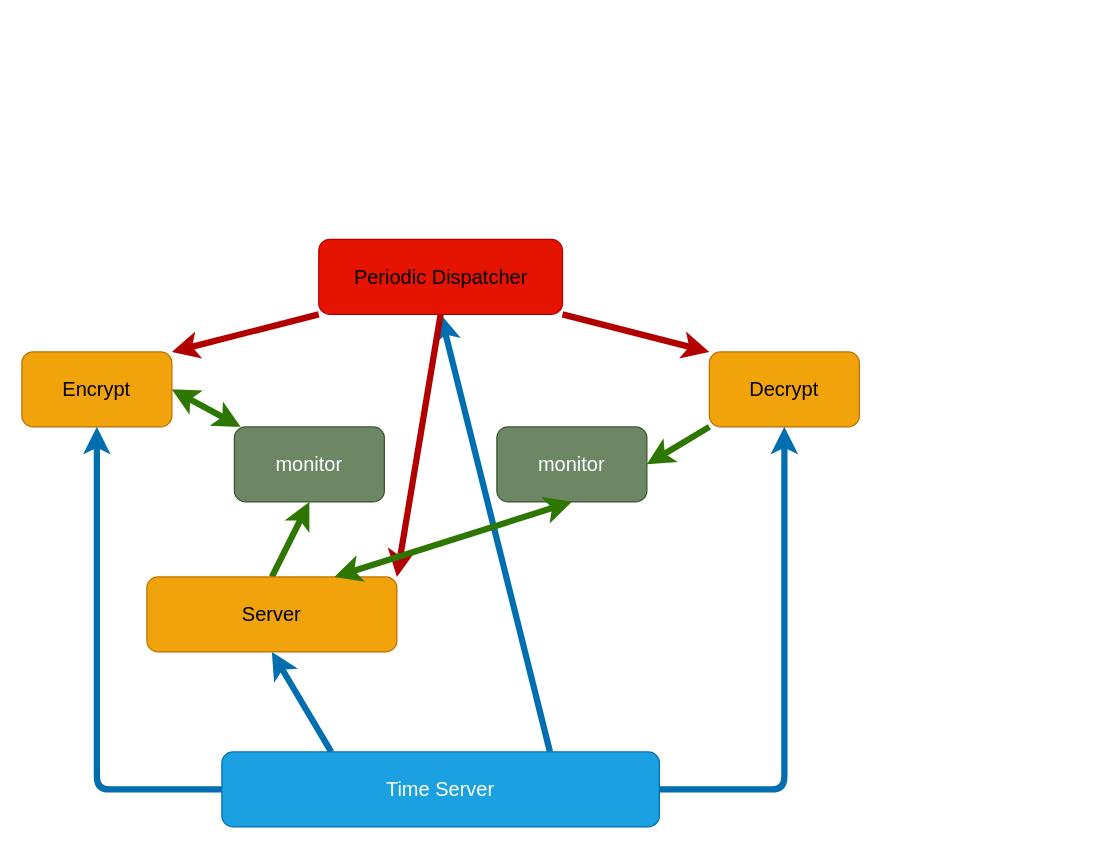
colorglass/seL4_rpi4 keeps this draw.io diagram as pics/comm-smaccm.drawio. Above is the earlier version. Source tidied: cells renumbered, new cells numbered last; positions are measured from the earlier drawing's top-left corner, leaving out a move shared by most shapes. Both pictures are drawn from the tidied source at 125%, with x=0, y=0 at pixel (21, 239).
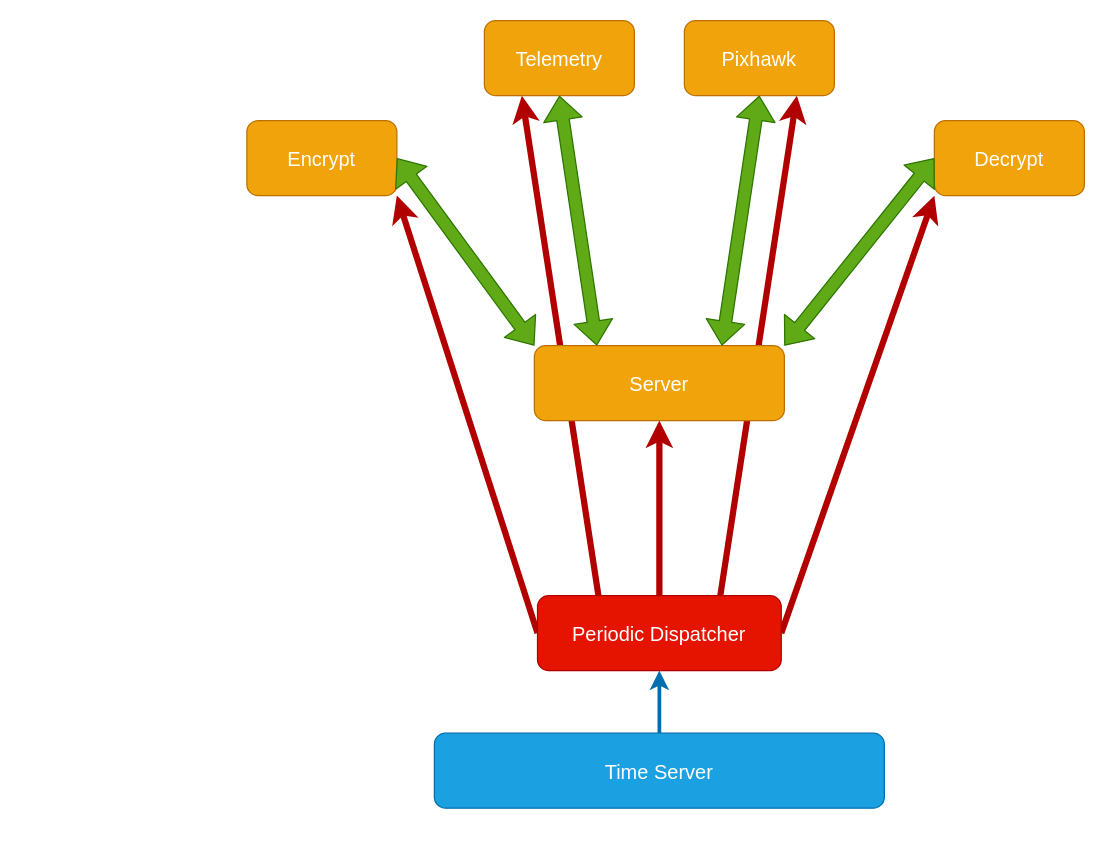
Above is the later version.

Commit message (it also covers changes not shown here):
Refine comm-crypto-relay format; update pics. TODO: Fix bad signal before takeoff.

What changed in the source:
```diff
@@
-    <mxCell id="2" style="edgeStyle=none;html=1;exitX=0;exitY=0.5;exitDx=0;exitDy=0;fontSize=16;fillColor=#1ba1e2;strokeColor=#006EAF;strokeWidth=5;" parent="1" edge="1" source="6" target="13">
-      <mxGeometry relative="1" as="geometry">
-        <Array as="points">
-          <mxPoint x="60" y="440" />
-        </Array>
-      </mxGeometry>
-    </mxCell>
-    <mxCell id="3" style="edgeStyle=none;html=1;exitX=1;exitY=0.5;exitDx=0;exitDy=0;entryX=0.5;entryY=1;entryDx=0;entryDy=0;strokeWidth=5;fontSize=16;fillColor=#1ba1e2;strokeColor=#006EAF;" parent="1" edge="1" source="6" target="15">
-      <mxGeometry relative="1" as="geometry">
-        <Array as="points">
-          <mxPoint x="610" y="440" />
-        </Array>
-      </mxGeometry>
-    </mxCell>
-    <mxCell id="4" style="edgeStyle=none;html=1;exitX=0.25;exitY=0;exitDx=0;exitDy=0;strokeWidth=5;fontSize=16;fillColor=#1ba1e2;strokeColor=#006EAF;entryX=0.5;entryY=1;entryDx=0;entryDy=0;" parent="1" edge="1" source="6" target="12">
-      <mxGeometry relative="1" as="geometry" />
-    </mxCell>
-    <mxCell id="5" style="edgeStyle=none;html=1;exitX=0.75;exitY=0;exitDx=0;exitDy=0;entryX=0.5;entryY=1;entryDx=0;entryDy=0;strokeWidth=5;fontSize=16;fillColor=#1ba1e2;strokeColor=#006EAF;" parent="1" edge="1" source="6" target="10">
+    <mxCell id="5" style="edgeStyle=none;html=0;exitX=0.5;exitY=0;exitDx=0;exitDy=0;entryX=0.5;entryY=1;entryDx=0;entryDy=0;fontColor=#FFFFFF;strokeWidth=3;fillColor=#1ba1e2;strokeColor=#006EAF;" parent="1" edge="1" source="6" target="10">
       <mxGeometry relative="1" as="geometry" />
     </mxCell>
-    <mxCell id="6" value="Time Server" style="rounded=1;whiteSpace=wrap;html=1;fontSize=16;fillColor=#1ba1e2;fontColor=#ffffff;strokeColor=#006EAF;" parent="1" vertex="1">
-      <mxGeometry x="160" y="410" width="350" height="60" as="geometry" />
+    <mxCell id="6" value="Time Server" style="rounded=1;fontSize=16;fillColor=#1ba1e2;fontColor=#ffffff;strokeColor=#006EAF;" parent="1" vertex="1">
+      <mxGeometry x="330" y="395" width="360" height="60" as="geometry" />
     </mxCell>
-    <mxCell id="7" style="edgeStyle=none;html=1;exitX=0.5;exitY=1;exitDx=0;exitDy=0;entryX=1;entryY=0;entryDx=0;entryDy=0;strokeWidth=5;fontSize=16;fillColor=#e51400;strokeColor=#B20000;" parent="1" edge="1" source="10" target="12">
-      <mxGeometry relative="1" as="geometry" />
-    </mxCell>
-    <mxCell id="8" style="edgeStyle=none;html=1;exitX=0;exitY=1;exitDx=0;exitDy=0;entryX=1;entryY=0;entryDx=0;entryDy=0;strokeWidth=5;fontSize=16;fontColor=#000000;fillColor=#e51400;strokeColor=#B20000;" parent="1" edge="1" source="10" target="13">
+    <mxCell id="8" style="edgeStyle=none;exitX=0;exitY=0.5;exitDx=0;exitDy=0;entryX=1;entryY=1;entryDx=0;entryDy=0;strokeWidth=5;fontSize=16;fontColor=#000000;fillColor=#e51400;strokeColor=#B20000;" parent="1" edge="1" source="10" target="13">
       <mxGeometry relative="1" as="geometry" />
     </mxCell>
-    <mxCell id="9" style="edgeStyle=none;html=1;exitX=1;exitY=1;exitDx=0;exitDy=0;entryX=0;entryY=0;entryDx=0;entryDy=0;strokeWidth=5;fontSize=16;fontColor=#000000;fillColor=#e51400;strokeColor=#B20000;" parent="1" edge="1" source="10" target="15">
+    <mxCell id="9" style="edgeStyle=none;exitX=1;exitY=0.5;exitDx=0;exitDy=0;entryX=0;entryY=1;entryDx=0;entryDy=0;strokeWidth=5;fontSize=16;fontColor=#000000;fillColor=#e51400;strokeColor=#B20000;" parent="1" edge="1" source="10" target="15">
       <mxGeometry relative="1" as="geometry" />
     </mxCell>
+    <mxCell id="7" style="edgeStyle=none;html=0;exitX=0.5;exitY=0;exitDx=0;exitDy=0;entryX=0.5;entryY=1;entryDx=0;entryDy=0;strokeWidth=5;fontColor=#FFFFFF;fillColor=#e51400;strokeColor=#B20000;" parent="1" edge="1" source="10" target="12">
+      <mxGeometry relative="1" as="geometry" />
+    </mxCell>
+    <mxCell id="20" style="edgeStyle=none;html=0;exitX=0.25;exitY=0;exitDx=0;exitDy=0;entryX=0.25;entryY=1;entryDx=0;entryDy=0;strokeWidth=5;fontColor=#FFFFFF;fillColor=#e51400;strokeColor=#B20000;" parent="1" edge="1" source="10" target="24">
+      <mxGeometry relative="1" as="geometry" />
+    </mxCell>
+    <mxCell id="21" style="edgeStyle=none;html=0;exitX=0.75;exitY=0;exitDx=0;exitDy=0;entryX=0.75;entryY=1;entryDx=0;entryDy=0;strokeWidth=5;fontColor=#FFFFFF;fillColor=#e51400;strokeColor=#B20000;" parent="1" edge="1" source="10" target="25">
+      <mxGeometry relative="1" as="geometry" />
+    </mxCell>
-    <mxCell id="10" value="&lt;font color=&quot;#000000&quot;&gt;Periodic Dispatcher&lt;/font&gt;" style="rounded=1;whiteSpace=wrap;html=1;fontSize=16;fillColor=#e51400;fontColor=#ffffff;strokeColor=#B20000;" parent="1" vertex="1">
-      <mxGeometry x="237.5" width="195" height="60" as="geometry" />
+    <mxCell id="10" value="Periodic Dispatcher" style="rounded=1;fontSize=16;fillColor=#e51400;fontColor=#ffffff;strokeColor=#B20000;" parent="1" vertex="1">
+      <mxGeometry x="412.5" y="285" width="195" height="60" as="geometry" />
     </mxCell>
-    <mxCell id="11" style="edgeStyle=none;html=1;exitX=0.5;exitY=0;exitDx=0;exitDy=0;entryX=0.5;entryY=1;entryDx=0;entryDy=0;strokeWidth=5;fontSize=16;fillColor=#60a917;strokeColor=#2D7600;" parent="1" edge="1" source="12" target="16">
-      <mxGeometry relative="1" as="geometry" />
-    </mxCell>
-    <mxCell id="12" value="Server" style="rounded=1;whiteSpace=wrap;html=1;fontSize=16;fillColor=#f0a30a;fontColor=#000000;strokeColor=#BD7000;" parent="1" vertex="1">
-      <mxGeometry x="100" y="270" width="200" height="60" as="geometry" />
+    <mxCell id="12" value="Server" style="rounded=1;fontSize=16;fillColor=#f0a30a;fontColor=#FFFFFF;strokeColor=#BD7000;" parent="1" vertex="1">
+      <mxGeometry x="410" y="85" width="200" height="60" as="geometry" />
     </mxCell>
-    <mxCell id="13" value="Encrypt" style="rounded=1;whiteSpace=wrap;html=1;fontSize=16;fillColor=#f0a30a;fontColor=#000000;strokeColor=#BD7000;" parent="1" vertex="1">
-      <mxGeometry y="90" width="120" height="60" as="geometry" />
+    <mxCell id="13" value="Encrypt" style="rounded=1;fontSize=16;fillColor=#f0a30a;fontColor=#FFFFFF;strokeColor=#BD7000;" parent="1" vertex="1">
+      <mxGeometry x="180" y="-95" width="120" height="60" as="geometry" />
     </mxCell>
-    <mxCell id="14" style="edgeStyle=none;html=1;exitX=0;exitY=1;exitDx=0;exitDy=0;entryX=1;entryY=0.5;entryDx=0;entryDy=0;strokeWidth=5;fontSize=16;fillColor=#60a917;strokeColor=#2D7600;" parent="1" edge="1" source="15" target="17">
-      <mxGeometry relative="1" as="geometry" />
-    </mxCell>
-    <mxCell id="15" value="Decrypt" style="rounded=1;whiteSpace=wrap;html=1;fontSize=16;fillColor=#f0a30a;fontColor=#000000;strokeColor=#BD7000;" parent="1" vertex="1">
-      <mxGeometry x="550" y="90" width="120" height="60" as="geometry" />
+    <mxCell id="15" value="Decrypt" style="rounded=1;fontSize=16;fillColor=#f0a30a;fontColor=#FFFFFF;strokeColor=#BD7000;" parent="1" vertex="1">
+      <mxGeometry x="730" y="-95" width="120" height="60" as="geometry" />
     </mxCell>
-    <mxCell id="16" value="monitor" style="rounded=1;whiteSpace=wrap;html=1;fontSize=16;fillColor=#6d8764;fontColor=#ffffff;strokeColor=#3A5431;" parent="1" vertex="1">
-      <mxGeometry x="170" y="150" width="120" height="60" as="geometry" />
-    </mxCell>
-    <mxCell id="17" value="monitor" style="rounded=1;whiteSpace=wrap;html=1;fontSize=16;fillColor=#6d8764;fontColor=#ffffff;strokeColor=#3A5431;" parent="1" vertex="1">
-      <mxGeometry x="380" y="150" width="120" height="60" as="geometry" />
-    </mxCell>
-    <mxCell id="18" style="endArrow=classic;startArrow=classic;html=1;strokeWidth=5;fontSize=16;exitX=1;exitY=0.5;exitDx=0;exitDy=0;fillColor=#60a917;strokeColor=#2D7600;" parent="1" edge="1" source="13" target="16">
-      <mxGeometry relative="1" as="geometry" />
-    </mxCell>
-    <mxCell id="19" style="endArrow=classic;startArrow=classic;html=1;strokeWidth=5;fontSize=16;entryX=0.75;entryY=0;entryDx=0;entryDy=0;exitX=0.5;exitY=1;exitDx=0;exitDy=0;fillColor=#60a917;strokeColor=#2D7600;" parent="1" edge="1" source="17" target="12">
-      <mxGeometry relative="1" as="geometry" />
-    </mxCell>
+    <mxCell id="22" style="shape=flexArrow;endArrow=classic;startArrow=classic;exitX=0;exitY=0;exitDx=0;exitDy=0;entryX=1;entryY=0.5;entryDx=0;entryDy=0;fillColor=#60a917;strokeColor=#2D7600;" parent="1" edge="1" source="12" target="13">
+      <mxGeometry relative="1" as="geometry" />
+    </mxCell>
+    <mxCell id="23" style="shape=flexArrow;endArrow=classic;startArrow=classic;exitX=1;exitY=0;exitDx=0;exitDy=0;entryX=0;entryY=0.5;entryDx=0;entryDy=0;fillColor=#60a917;strokeColor=#2D7600;" parent="1" edge="1" source="12" target="15">
+      <mxGeometry relative="1" as="geometry" />
+    </mxCell>
+    <mxCell id="24" value="Telemetry" style="rounded=1;fontSize=16;fillColor=#f0a30a;fontColor=#FFFFFF;strokeColor=#BD7000;" parent="1" vertex="1">
+      <mxGeometry x="370" y="-175" width="120" height="60" as="geometry" />
+    </mxCell>
+    <mxCell id="25" value="Pixhawk" style="rounded=1;fontSize=16;fillColor=#f0a30a;fontColor=#FFFFFF;strokeColor=#BD7000;" parent="1" vertex="1">
+      <mxGeometry x="530" y="-175" width="120" height="60" as="geometry" />
+    </mxCell>
+    <mxCell id="26" style="shape=flexArrow;endArrow=classic;startArrow=classic;exitX=0.25;exitY=0;exitDx=0;exitDy=0;entryX=0.5;entryY=1;entryDx=0;entryDy=0;fillColor=#60a917;strokeColor=#2D7600;" parent="1" edge="1" source="12" target="24">
+      <mxGeometry relative="1" as="geometry" />
+    </mxCell>
+    <mxCell id="27" style="shape=flexArrow;endArrow=classic;startArrow=classic;exitX=0.75;exitY=0;exitDx=0;exitDy=0;entryX=0.5;entryY=1;entryDx=0;entryDy=0;fillColor=#60a917;strokeColor=#2D7600;" parent="1" edge="1" source="12" target="25">
+      <mxGeometry relative="1" as="geometry" />
+    </mxCell>
```
